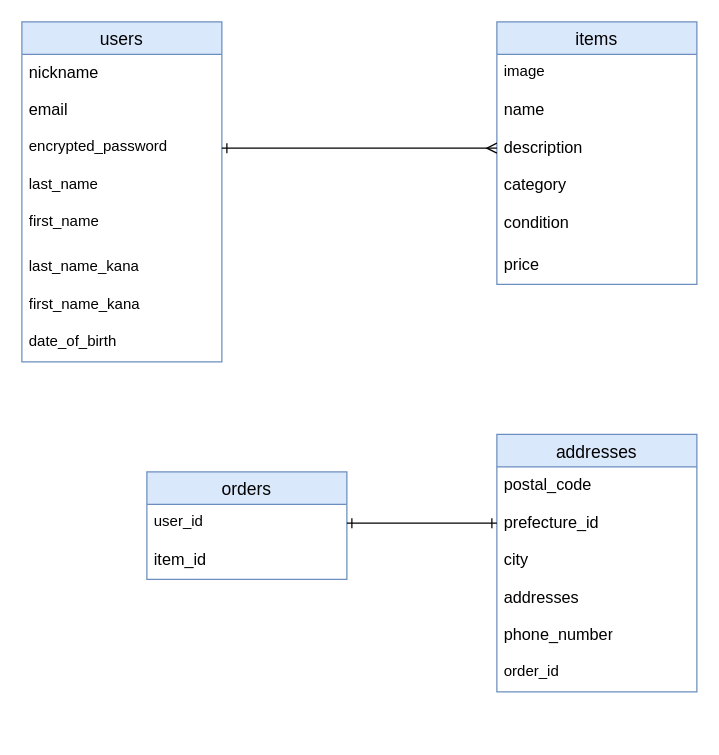
The draw.io diagram furima_er.dio in Ao22334444/furima-45216, before the edit. Source tidied: cells renumbered, new cells numbered last; positions are measured from the earlier drawing's top-left corner, leaving out a move shared by most shapes. Both pictures are drawn from the tidied source at 125%, with x=0, y=0 at pixel (21, 21).
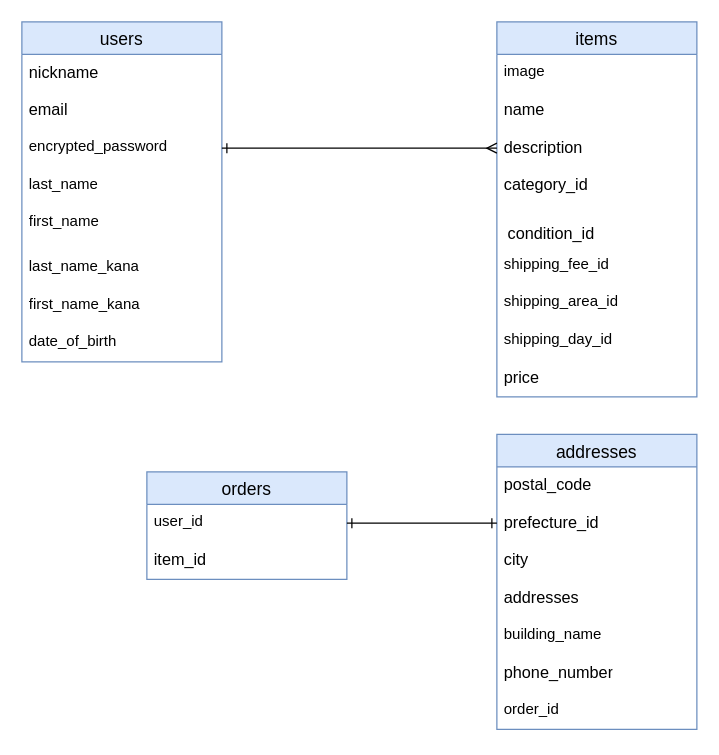
The same diagram, later.

What changed in the source:
```diff
@@
     <mxCell id="12" value="items" style="swimlane;fontStyle=0;horizontal=1;startSize=26;align=center;fontSize=14;fillColor=#dae8fc;strokeColor=#6c8ebf;" parent="1" vertex="1">
-      <mxGeometry x="380" width="160" height="210" as="geometry" />
+      <mxGeometry x="380" width="160" height="300" as="geometry" />
     </mxCell>
@@
-    <mxCell id="16" value="&lt;font style=&quot;font-size: 13px;&quot;&gt;category&lt;/font&gt;" style="text;strokeColor=none;fillColor=none;spacingLeft=4;spacingRight=4;overflow=hidden;fontSize=12;whiteSpace=wrap;html=1;" parent="12" vertex="1">
+    <mxCell id="16" value="&lt;font style=&quot;font-size: 13px;&quot;&gt;category_id&lt;/font&gt;" style="text;strokeColor=none;fillColor=none;spacingLeft=4;spacingRight=4;overflow=hidden;fontSize=12;whiteSpace=wrap;html=1;" parent="12" vertex="1">
       <mxGeometry y="116" width="160" height="30" as="geometry" />
     </mxCell>
-    <mxCell id="17" value="condition" style="text;strokeColor=none;fillColor=none;spacingLeft=4;spacingRight=4;overflow=hidden;fontSize=13;whiteSpace=wrap;html=1;" parent="12" vertex="1">
+    <mxCell id="17" value="&lt;table&gt;&lt;tbody&gt;&lt;tr&gt;&lt;td&gt;&lt;/td&gt;&lt;/tr&gt;&lt;/tbody&gt;&lt;/table&gt;&lt;table&gt;&lt;tbody&gt;&lt;tr&gt;&lt;td&gt;condition_id&lt;/td&gt;&lt;/tr&gt;&lt;/tbody&gt;&lt;/table&gt;" style="text;strokeColor=none;fillColor=none;spacingLeft=4;spacingRight=4;overflow=hidden;fontSize=13;whiteSpace=wrap;html=1;" parent="12" vertex="1">
       <mxGeometry y="146" width="160" height="34" as="geometry" />
     </mxCell>
+    <mxCell id="32" value="shipping_fee_id" style="text;strokeColor=none;fillColor=none;spacingLeft=4;spacingRight=4;overflow=hidden;fontSize=12;whiteSpace=wrap;html=1;" parent="12" vertex="1">
+      <mxGeometry y="180" width="160" height="30" as="geometry" />
+    </mxCell>
+    <mxCell id="33" value="shipping_area_id" style="text;strokeColor=none;fillColor=none;spacingLeft=4;spacingRight=4;overflow=hidden;fontSize=12;whiteSpace=wrap;html=1;" parent="12" vertex="1">
+      <mxGeometry y="210" width="160" height="30" as="geometry" />
+    </mxCell>
+    <mxCell id="34" value="shipping_day_id" style="text;strokeColor=none;fillColor=none;spacingLeft=4;spacingRight=4;overflow=hidden;fontSize=12;whiteSpace=wrap;html=1;" parent="12" vertex="1">
+      <mxGeometry y="240" width="160" height="30" as="geometry" />
+    </mxCell>
     <mxCell id="18" value="&lt;font style=&quot;font-size: 13px;&quot;&gt;price&lt;/font&gt;" style="text;strokeColor=none;fillColor=none;spacingLeft=4;spacingRight=4;overflow=hidden;fontSize=12;whiteSpace=wrap;html=1;" parent="12" vertex="1">
-      <mxGeometry y="180" width="160" height="30" as="geometry" />
+      <mxGeometry y="270" width="160" height="30" as="geometry" />
     </mxCell>
@@
     <mxCell id="23" value="addresses" style="swimlane;fontStyle=0;horizontal=1;startSize=26;align=center;fontSize=14;fillColor=#dae8fc;strokeColor=#6c8ebf;" parent="1" vertex="1">
-      <mxGeometry x="380" y="330" width="160" height="206" as="geometry" />
+      <mxGeometry x="380" y="330" width="160" height="236" as="geometry" />
     </mxCell>
@@
+    <mxCell id="35" value="building_name" style="text;strokeColor=none;fillColor=none;spacingLeft=4;spacingRight=4;overflow=hidden;fontSize=12;whiteSpace=wrap;html=1;" parent="23" vertex="1">
+      <mxGeometry y="146" width="160" height="30" as="geometry" />
+    </mxCell>
     <mxCell id="28" value="&lt;font style=&quot;font-size: 13px;&quot;&gt;phone_number&lt;/font&gt;" style="text;strokeColor=none;fillColor=none;spacingLeft=4;spacingRight=4;overflow=hidden;fontSize=12;whiteSpace=wrap;html=1;" parent="23" vertex="1">
-      <mxGeometry y="146" width="160" height="30" as="geometry" />
+      <mxGeometry y="176" width="160" height="30" as="geometry" />
     </mxCell>
     <mxCell id="29" value="order_id" style="text;strokeColor=none;fillColor=none;spacingLeft=4;spacingRight=4;overflow=hidden;fontSize=12;whiteSpace=wrap;html=1;" parent="23" vertex="1">
-      <mxGeometry y="176" width="160" height="30" as="geometry" />
+      <mxGeometry y="206" width="160" height="30" as="geometry" />
     </mxCell>
```
